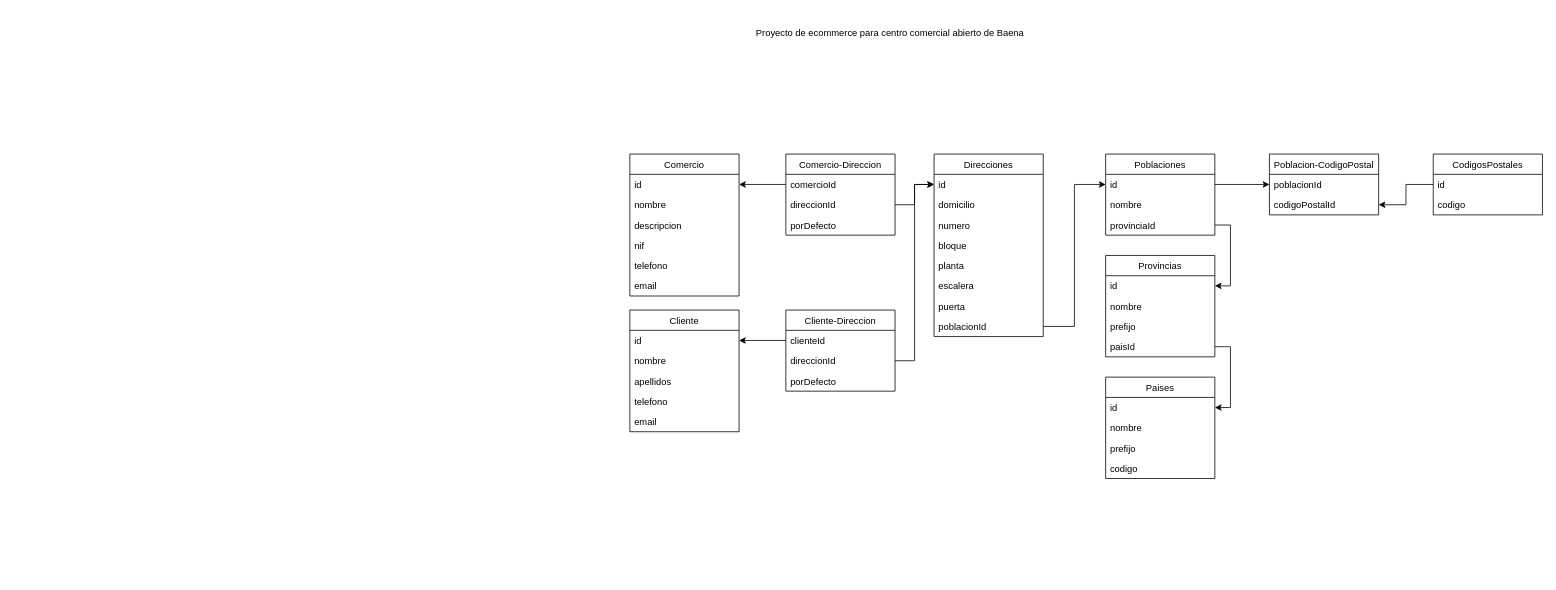
The draw.io diagram Modelo relacional.drawio in mecanicos/learningTesting, before the edit. Source tidied: cells renumbered, new cells numbered last; positions are measured from the earlier drawing's top-left corner, leaving out a move shared by most shapes. Both pictures are drawn from the tidied source at 78%, with x=0, y=0 at pixel (629, 13).
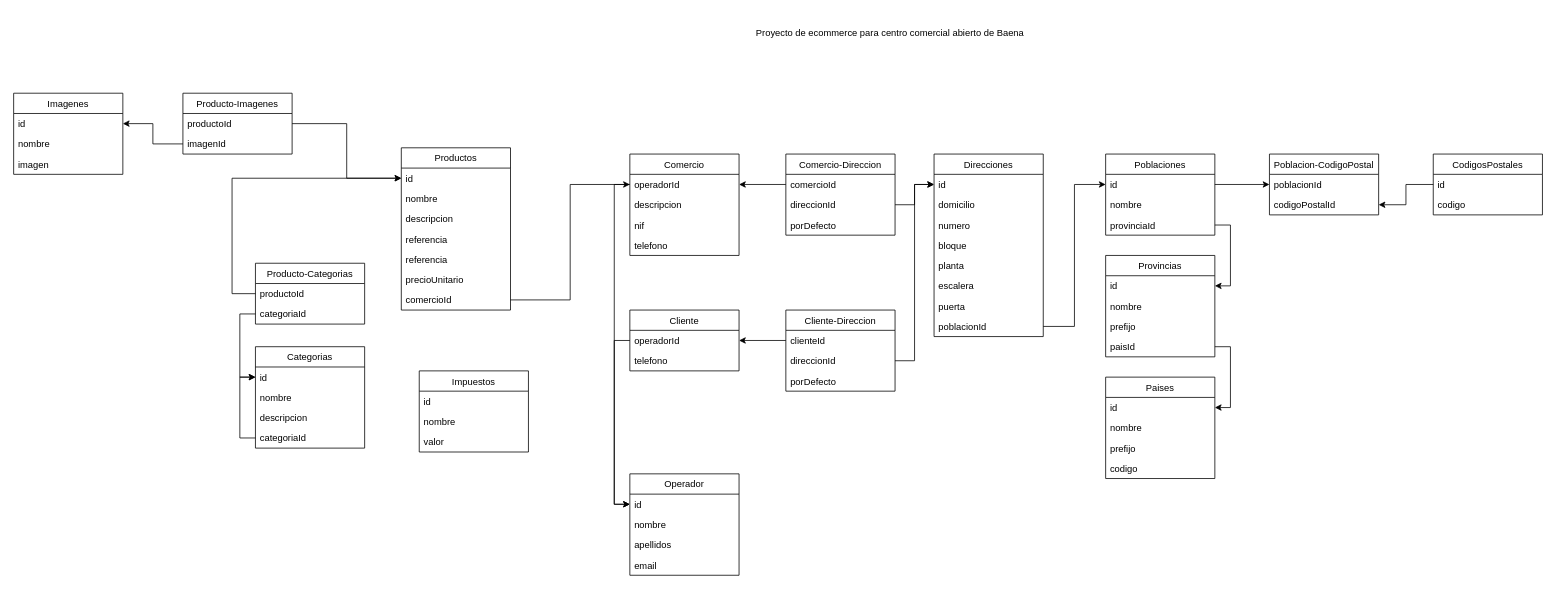
The same page after the edit.

Commit message:
Modelo relacion (wip)

What changed in the source:
```diff
@@
     <mxCell id="2" value="Comercio" style="swimlane;fontStyle=0;horizontal=1;startSize=26;fillColor=none;" parent="1" vertex="1">
-      <mxGeometry y="180" width="140" height="182" as="geometry" />
+      <mxGeometry y="180" width="140" height="130" as="geometry" />
     </mxCell>
-    <mxCell id="3" value="id" style="text;strokeColor=none;fillColor=none;align=left;verticalAlign=top;spacingLeft=4;spacingRight=4;overflow=hidden;points=[[0,0.5],[1,0.5]];portConstraint=eastwest;" parent="2" vertex="1">
+    <mxCell id="3" value="operadorId" style="text;strokeColor=none;fillColor=none;align=left;verticalAlign=top;spacingLeft=4;spacingRight=4;overflow=hidden;points=[[0,0.5],[1,0.5]];portConstraint=eastwest;" parent="2" vertex="1">
       <mxGeometry y="26" width="140" height="26" as="geometry" />
     </mxCell>
-    <mxCell id="4" value="nombre" style="text;strokeColor=none;fillColor=none;align=left;verticalAlign=top;spacingLeft=4;spacingRight=4;overflow=hidden;" parent="2" vertex="1">
-      <mxGeometry y="52" width="140" height="26" as="geometry" />
-    </mxCell>
     <mxCell id="5" value="descripcion" style="text;strokeColor=none;fillColor=none;align=left;verticalAlign=top;spacingLeft=4;spacingRight=4;overflow=hidden;" parent="2" vertex="1">
-      <mxGeometry y="78" width="140" height="26" as="geometry" />
+      <mxGeometry y="52" width="140" height="26" as="geometry" />
     </mxCell>
     <mxCell id="6" value="nif" style="text;strokeColor=none;fillColor=none;align=left;verticalAlign=top;spacingLeft=4;spacingRight=4;overflow=hidden;" parent="2" vertex="1">
-      <mxGeometry y="104" width="140" height="26" as="geometry" />
+      <mxGeometry y="78" width="140" height="26" as="geometry" />
     </mxCell>
     <mxCell id="7" value="telefono" style="text;strokeColor=none;fillColor=none;align=left;verticalAlign=top;spacingLeft=4;spacingRight=4;overflow=hidden;" parent="2" vertex="1">
-      <mxGeometry y="130" width="140" height="26" as="geometry" />
+      <mxGeometry y="104" width="140" height="26" as="geometry" />
     </mxCell>
-    <mxCell id="8" value="email" style="text;strokeColor=none;fillColor=none;align=left;verticalAlign=top;spacingLeft=4;spacingRight=4;overflow=hidden;" parent="2" vertex="1">
-      <mxGeometry y="156" width="140" height="26" as="geometry" />
-    </mxCell>
@@
     <mxCell id="44" value="Cliente" style="swimlane;fontStyle=0;horizontal=1;startSize=26;fillColor=none;" parent="1" vertex="1">
-      <mxGeometry y="380" width="140" height="156" as="geometry" />
+      <mxGeometry y="380" width="140" height="78" as="geometry" />
     </mxCell>
-    <mxCell id="45" value="id" style="text;strokeColor=none;fillColor=none;align=left;verticalAlign=top;spacingLeft=4;spacingRight=4;overflow=hidden;points=[[0,0.5],[1,0.5]];portConstraint=eastwest;" parent="44" vertex="1">
+    <mxCell id="45" value="operadorId" style="text;strokeColor=none;fillColor=none;align=left;verticalAlign=top;spacingLeft=4;spacingRight=4;overflow=hidden;points=[[0,0.5],[1,0.5]];portConstraint=eastwest;" parent="44" vertex="1">
       <mxGeometry y="26" width="140" height="26" as="geometry" />
     </mxCell>
-    <mxCell id="46" value="nombre" style="text;strokeColor=none;fillColor=none;align=left;verticalAlign=top;spacingLeft=4;spacingRight=4;overflow=hidden;" parent="44" vertex="1">
-      <mxGeometry y="52" width="140" height="26" as="geometry" />
-    </mxCell>
-    <mxCell id="47" value="apellidos" style="text;strokeColor=none;fillColor=none;align=left;verticalAlign=top;spacingLeft=4;spacingRight=4;overflow=hidden;" parent="44" vertex="1">
-      <mxGeometry y="78" width="140" height="26" as="geometry" />
-    </mxCell>
     <mxCell id="48" value="telefono" style="text;strokeColor=none;fillColor=none;align=left;verticalAlign=top;spacingLeft=4;spacingRight=4;overflow=hidden;" parent="44" vertex="1">
-      <mxGeometry y="104" width="140" height="26" as="geometry" />
+      <mxGeometry y="52" width="140" height="26" as="geometry" />
     </mxCell>
-    <mxCell id="49" value="email" style="text;strokeColor=none;fillColor=none;align=left;verticalAlign=top;spacingLeft=4;spacingRight=4;overflow=hidden;" parent="44" vertex="1">
-      <mxGeometry y="130" width="140" height="26" as="geometry" />
-    </mxCell>
@@
+    <mxCell id="62" value="Productos" style="swimlane;fontStyle=0;horizontal=1;startSize=26;fillColor=none;" parent="1" vertex="1">
+      <mxGeometry x="-293" y="172" width="140" height="208" as="geometry" />
+    </mxCell>
+    <mxCell id="63" value="id" style="text;strokeColor=none;fillColor=none;align=left;verticalAlign=top;spacingLeft=4;spacingRight=4;overflow=hidden;points=[[0,0.5],[1,0.5]];portConstraint=eastwest;" parent="62" vertex="1">
+      <mxGeometry y="26" width="140" height="26" as="geometry" />
+    </mxCell>
+    <mxCell id="64" value="nombre" style="text;strokeColor=none;fillColor=none;align=left;verticalAlign=top;spacingLeft=4;spacingRight=4;overflow=hidden;" parent="62" vertex="1">
+      <mxGeometry y="52" width="140" height="26" as="geometry" />
+    </mxCell>
+    <mxCell id="65" value="descripcion" style="text;strokeColor=none;fillColor=none;align=left;verticalAlign=top;spacingLeft=4;spacingRight=4;overflow=hidden;" parent="62" vertex="1">
+      <mxGeometry y="78" width="140" height="26" as="geometry" />
+    </mxCell>
+    <mxCell id="66" value="referencia" style="text;strokeColor=none;fillColor=none;align=left;verticalAlign=top;spacingLeft=4;spacingRight=4;overflow=hidden;" parent="62" vertex="1">
+      <mxGeometry y="104" width="140" height="26" as="geometry" />
+    </mxCell>
+    <mxCell id="67" value="referencia" style="text;strokeColor=none;fillColor=none;align=left;verticalAlign=top;spacingLeft=4;spacingRight=4;overflow=hidden;" parent="62" vertex="1">
+      <mxGeometry y="130" width="140" height="26" as="geometry" />
+    </mxCell>
+    <mxCell id="68" value="precioUnitario" style="text;strokeColor=none;fillColor=none;align=left;verticalAlign=top;spacingLeft=4;spacingRight=4;overflow=hidden;" parent="62" vertex="1">
+      <mxGeometry y="156" width="140" height="26" as="geometry" />
+    </mxCell>
+    <mxCell id="69" value="comercioId" style="text;strokeColor=none;fillColor=none;align=left;verticalAlign=top;spacingLeft=4;spacingRight=4;overflow=hidden;points=[[0,0.5],[1,0.5]];portConstraint=eastwest;" parent="62" vertex="1">
+      <mxGeometry y="182" width="140" height="26" as="geometry" />
+    </mxCell>
+    <mxCell id="70" value="Categorias" style="swimlane;fontStyle=0;horizontal=1;startSize=26;fillColor=none;" parent="1" vertex="1">
+      <mxGeometry x="-480" y="427" width="140" height="130" as="geometry" />
+    </mxCell>
+    <mxCell id="71" value="id" style="text;strokeColor=none;fillColor=none;align=left;verticalAlign=top;spacingLeft=4;spacingRight=4;overflow=hidden;points=[[0,0.5],[1,0.5]];portConstraint=eastwest;" parent="70" vertex="1">
+      <mxGeometry y="26" width="140" height="26" as="geometry" />
+    </mxCell>
+    <mxCell id="72" value="nombre" style="text;strokeColor=none;fillColor=none;align=left;verticalAlign=top;spacingLeft=4;spacingRight=4;overflow=hidden;" parent="70" vertex="1">
+      <mxGeometry y="52" width="140" height="26" as="geometry" />
+    </mxCell>
+    <mxCell id="73" value="descripcion" style="text;strokeColor=none;fillColor=none;align=left;verticalAlign=top;spacingLeft=4;spacingRight=4;overflow=hidden;" parent="70" vertex="1">
+      <mxGeometry y="78" width="140" height="26" as="geometry" />
+    </mxCell>
+    <mxCell id="74" style="edgeStyle=orthogonalEdgeStyle;rounded=0;jettySize=auto;html=1;exitX=0;exitY=0.5;exitDx=0;exitDy=0;entryX=0;entryY=0.5;entryDx=0;entryDy=0;" parent="70" edge="1" source="75" target="71">
+      <mxGeometry relative="1" as="geometry" />
+    </mxCell>
+    <mxCell id="75" value="categoriaId" style="text;strokeColor=none;fillColor=none;align=left;verticalAlign=top;spacingLeft=4;spacingRight=4;overflow=hidden;points=[[0,0.5],[1,0.5]];portConstraint=eastwest;" parent="70" vertex="1">
+      <mxGeometry y="104" width="140" height="26" as="geometry" />
+    </mxCell>
+    <mxCell id="76" value="Producto-Categorias" style="swimlane;fontStyle=0;horizontal=1;startSize=26;fillColor=none;" parent="1" vertex="1">
+      <mxGeometry x="-480" y="320" width="140" height="78" as="geometry" />
+    </mxCell>
+    <mxCell id="77" value="productoId" style="text;strokeColor=none;fillColor=none;align=left;verticalAlign=top;spacingLeft=4;spacingRight=4;overflow=hidden;points=[[0,0.5],[1,0.5]];portConstraint=eastwest;" parent="76" vertex="1">
+      <mxGeometry y="26" width="140" height="26" as="geometry" />
+    </mxCell>
+    <mxCell id="78" value="categoriaId" style="text;strokeColor=none;fillColor=none;align=left;verticalAlign=top;spacingLeft=4;spacingRight=4;overflow=hidden;points=[[0,0.5],[1,0.5]];portConstraint=eastwest;" parent="76" vertex="1">
+      <mxGeometry y="52" width="140" height="26" as="geometry" />
+    </mxCell>
+    <mxCell id="79" style="edgeStyle=orthogonalEdgeStyle;rounded=0;jettySize=auto;html=1;exitX=0;exitY=0.5;exitDx=0;exitDy=0;entryX=0;entryY=0.5;entryDx=0;entryDy=0;" parent="1" edge="1" source="77" target="63">
+      <mxGeometry relative="1" as="geometry">
+        <Array as="points">
+          <mxPoint x="-510" y="359" />
+          <mxPoint x="-510" y="211" />
+        </Array>
+      </mxGeometry>
+    </mxCell>
+    <mxCell id="80" style="edgeStyle=orthogonalEdgeStyle;rounded=0;jettySize=auto;html=1;exitX=0;exitY=0.5;exitDx=0;exitDy=0;entryX=0;entryY=0.5;entryDx=0;entryDy=0;" parent="1" edge="1" source="78" target="71">
+      <mxGeometry relative="1" as="geometry" />
+    </mxCell>
+    <mxCell id="81" value="Imagenes" style="swimlane;fontStyle=0;horizontal=1;startSize=26;fillColor=none;" parent="1" vertex="1">
+      <mxGeometry x="-790" y="102" width="140" height="104" as="geometry" />
+    </mxCell>
+    <mxCell id="82" value="id" style="text;strokeColor=none;fillColor=none;align=left;verticalAlign=top;spacingLeft=4;spacingRight=4;overflow=hidden;points=[[0,0.5],[1,0.5]];portConstraint=eastwest;" parent="81" vertex="1">
+      <mxGeometry y="26" width="140" height="26" as="geometry" />
+    </mxCell>
+    <mxCell id="83" value="nombre" style="text;strokeColor=none;fillColor=none;align=left;verticalAlign=top;spacingLeft=4;spacingRight=4;overflow=hidden;" parent="81" vertex="1">
+      <mxGeometry y="52" width="140" height="26" as="geometry" />
+    </mxCell>
+    <mxCell id="84" value="imagen" style="text;strokeColor=none;fillColor=none;align=left;verticalAlign=top;spacingLeft=4;spacingRight=4;overflow=hidden;" parent="81" vertex="1">
+      <mxGeometry y="78" width="140" height="26" as="geometry" />
+    </mxCell>
+    <mxCell id="85" value="Producto-Imagenes" style="swimlane;fontStyle=0;horizontal=1;startSize=26;fillColor=none;" parent="1" vertex="1">
+      <mxGeometry x="-573" y="102" width="140" height="78" as="geometry" />
+    </mxCell>
+    <mxCell id="86" value="productoId" style="text;strokeColor=none;fillColor=none;align=left;verticalAlign=top;spacingLeft=4;spacingRight=4;overflow=hidden;points=[[0,0.5],[1,0.5]];portConstraint=eastwest;" parent="85" vertex="1">
+      <mxGeometry y="26" width="140" height="26" as="geometry" />
+    </mxCell>
+    <mxCell id="87" value="imagenId" style="text;strokeColor=none;fillColor=none;align=left;verticalAlign=top;spacingLeft=4;spacingRight=4;overflow=hidden;points=[[0,0.5],[1,0.5]];portConstraint=eastwest;" parent="85" vertex="1">
+      <mxGeometry y="52" width="140" height="26" as="geometry" />
+    </mxCell>
+    <mxCell id="88" style="edgeStyle=orthogonalEdgeStyle;rounded=0;jettySize=auto;html=1;exitX=1;exitY=0.5;exitDx=0;exitDy=0;entryX=0;entryY=0.5;entryDx=0;entryDy=0;" parent="1" edge="1" source="86" target="63">
+      <mxGeometry relative="1" as="geometry" />
+    </mxCell>
+    <mxCell id="89" style="edgeStyle=orthogonalEdgeStyle;rounded=0;jettySize=auto;html=1;exitX=0;exitY=0.5;exitDx=0;exitDy=0;entryX=1;entryY=0.5;entryDx=0;entryDy=0;" parent="1" edge="1" source="87" target="82">
+      <mxGeometry relative="1" as="geometry" />
+    </mxCell>
+    <mxCell id="90" value="Impuestos" style="swimlane;fontStyle=0;horizontal=1;startSize=26;fillColor=none;" parent="1" vertex="1">
+      <mxGeometry x="-270" y="458" width="140" height="104" as="geometry" />
+    </mxCell>
+    <mxCell id="91" value="id" style="text;strokeColor=none;fillColor=none;align=left;verticalAlign=top;spacingLeft=4;spacingRight=4;overflow=hidden;" parent="90" vertex="1">
+      <mxGeometry y="26" width="140" height="26" as="geometry" />
+    </mxCell>
+    <mxCell id="92" value="nombre" style="text;strokeColor=none;fillColor=none;align=left;verticalAlign=top;spacingLeft=4;spacingRight=4;overflow=hidden;" parent="90" vertex="1">
+      <mxGeometry y="52" width="140" height="26" as="geometry" />
+    </mxCell>
+    <mxCell id="93" value="valor" style="text;strokeColor=none;fillColor=none;align=left;verticalAlign=top;spacingLeft=4;spacingRight=4;overflow=hidden;" parent="90" vertex="1">
+      <mxGeometry y="78" width="140" height="26" as="geometry" />
+    </mxCell>
+    <mxCell id="94" value="Operador" style="swimlane;fontStyle=0;horizontal=1;startSize=26;fillColor=none;" parent="1" vertex="1">
+      <mxGeometry y="590" width="140" height="130" as="geometry" />
+    </mxCell>
+    <mxCell id="95" value="id" style="text;strokeColor=none;fillColor=none;align=left;verticalAlign=top;spacingLeft=4;spacingRight=4;overflow=hidden;points=[[0,0.5],[1,0.5]];portConstraint=eastwest;" parent="94" vertex="1">
+      <mxGeometry y="26" width="140" height="26" as="geometry" />
+    </mxCell>
+    <mxCell id="96" value="nombre" style="text;strokeColor=none;fillColor=none;align=left;verticalAlign=top;spacingLeft=4;spacingRight=4;overflow=hidden;" parent="94" vertex="1">
+      <mxGeometry y="52" width="140" height="26" as="geometry" />
+    </mxCell>
+    <mxCell id="47" value="apellidos" style="text;strokeColor=none;fillColor=none;align=left;verticalAlign=top;spacingLeft=4;spacingRight=4;overflow=hidden;" parent="94" vertex="1">
+      <mxGeometry y="78" width="140" height="26" as="geometry" />
+    </mxCell>
+    <mxCell id="97" value="email" style="text;strokeColor=none;fillColor=none;align=left;verticalAlign=top;spacingLeft=4;spacingRight=4;overflow=hidden;" parent="94" vertex="1">
+      <mxGeometry y="104" width="140" height="26" as="geometry" />
+    </mxCell>
+    <mxCell id="98" style="edgeStyle=orthogonalEdgeStyle;rounded=0;jettySize=auto;html=1;exitX=0;exitY=0.5;exitDx=0;exitDy=0;entryX=0;entryY=0.5;entryDx=0;entryDy=0;" parent="1" edge="1" source="45" target="95">
+      <mxGeometry relative="1" as="geometry" />
+    </mxCell>
+    <mxCell id="99" style="edgeStyle=orthogonalEdgeStyle;rounded=0;jettySize=auto;html=1;exitX=0;exitY=0.5;exitDx=0;exitDy=0;entryX=0;entryY=0.5;entryDx=0;entryDy=0;" parent="1" edge="1" source="3" target="95">
+      <mxGeometry relative="1" as="geometry" />
+    </mxCell>
+    <mxCell id="100" style="edgeStyle=orthogonalEdgeStyle;rounded=0;jettySize=auto;html=1;exitX=1;exitY=0.5;exitDx=0;exitDy=0;entryX=0;entryY=0.5;entryDx=0;entryDy=0;" parent="1" edge="1" source="69" target="3">
+      <mxGeometry relative="1" as="geometry" />
+    </mxCell>
```
